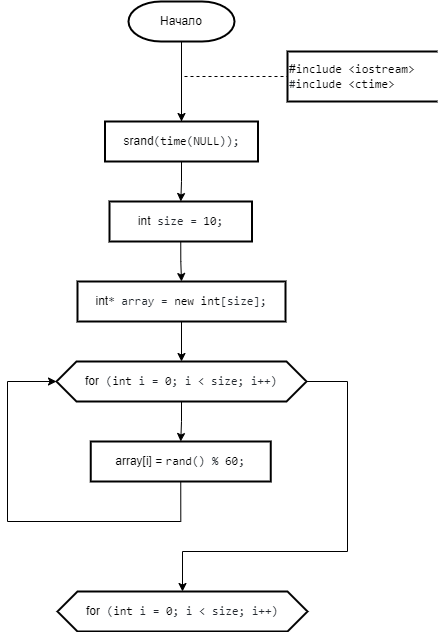
This is Labs/4 Лаба/№2 Работа с одномерными массивами.png from IlyaFedoseev227/LABS-PNRPU-IVT-22-1b, a draw.io export, as it was before one commit. Source tidied: cells renumbered, new cells last; positions are measured from the earlier drawing's top-left corner, leaving out a move shared by most shapes.
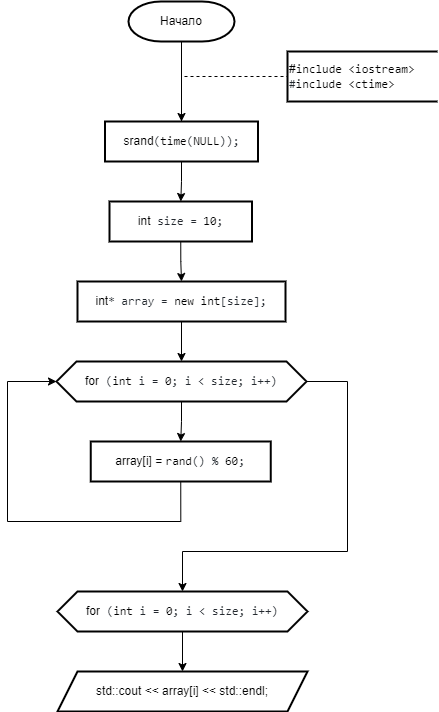
After the change.

The edit, as a diff of the source:
```diff
@@ -63,8 +63,14 @@
     <mxCell id="16" value="array[i] = &lt;span style=&quot;box-sizing: border-box; color: var(--color-prettylights-syntax-constant); font-family: ui-monospace, SFMono-Regular, &amp;quot;SF Mono&amp;quot;, Menlo, Consolas, &amp;quot;Liberation Mono&amp;quot;, monospace; text-align: start; background-color: rgb(255, 255, 255);&quot; class=&quot;pl-c1&quot;&gt;rand&lt;/span&gt;&lt;span style=&quot;color: rgb(36, 41, 47); font-family: ui-monospace, SFMono-Regular, &amp;quot;SF Mono&amp;quot;, Menlo, Consolas, &amp;quot;Liberation Mono&amp;quot;, monospace; text-align: start; background-color: rgb(255, 255, 255);&quot;&gt;() % &lt;/span&gt;&lt;span style=&quot;box-sizing: border-box; color: var(--color-prettylights-syntax-constant); font-family: ui-monospace, SFMono-Regular, &amp;quot;SF Mono&amp;quot;, Menlo, Consolas, &amp;quot;Liberation Mono&amp;quot;, monospace; text-align: start; background-color: rgb(255, 255, 255);&quot; class=&quot;pl-c1&quot;&gt;60&lt;/span&gt;&lt;span style=&quot;color: rgb(36, 41, 47); font-family: ui-monospace, SFMono-Regular, &amp;quot;SF Mono&amp;quot;, Menlo, Consolas, &amp;quot;Liberation Mono&amp;quot;, monospace; text-align: start; background-color: rgb(255, 255, 255);&quot;&gt;;&lt;/span&gt;" style="shape=parallelogram;perimeter=parallelogramPerimeter;whiteSpace=wrap;html=1;fixedSize=1;strokeWidth=2;size=-6;" parent="1" vertex="1">
       <mxGeometry x="83.2" y="440" width="180" height="40" as="geometry" />
     </mxCell>
+    <mxCell id="18" style="edgeStyle=orthogonalEdgeStyle;rounded=0;jettySize=auto;html=1;exitX=0.5;exitY=1;exitDx=0;exitDy=0;entryX=0.5;entryY=0;entryDx=0;entryDy=0;" parent="1" edge="1" source="17" target="19">
+      <mxGeometry relative="1" as="geometry" />
+    </mxCell>
     <mxCell id="17" value="for&lt;span style=&quot;color: rgb(36, 41, 47); font-family: ui-monospace, SFMono-Regular, &amp;quot;SF Mono&amp;quot;, Menlo, Consolas, &amp;quot;Liberation Mono&amp;quot;, monospace; text-align: start; background-color: rgb(255, 255, 255);&quot;&gt; (&lt;/span&gt;&lt;span style=&quot;box-sizing: border-box; color: var(--color-prettylights-syntax-keyword); font-family: ui-monospace, SFMono-Regular, &amp;quot;SF Mono&amp;quot;, Menlo, Consolas, &amp;quot;Liberation Mono&amp;quot;, monospace; text-align: start; background-color: rgb(255, 255, 255);&quot; class=&quot;pl-k&quot;&gt;int&lt;/span&gt;&lt;span style=&quot;color: rgb(36, 41, 47); font-family: ui-monospace, SFMono-Regular, &amp;quot;SF Mono&amp;quot;, Menlo, Consolas, &amp;quot;Liberation Mono&amp;quot;, monospace; text-align: start; background-color: rgb(255, 255, 255);&quot;&gt; i = &lt;/span&gt;&lt;span style=&quot;box-sizing: border-box; color: var(--color-prettylights-syntax-constant); font-family: ui-monospace, SFMono-Regular, &amp;quot;SF Mono&amp;quot;, Menlo, Consolas, &amp;quot;Liberation Mono&amp;quot;, monospace; text-align: start; background-color: rgb(255, 255, 255);&quot; class=&quot;pl-c1&quot;&gt;0&lt;/span&gt;&lt;span style=&quot;color: rgb(36, 41, 47); font-family: ui-monospace, SFMono-Regular, &amp;quot;SF Mono&amp;quot;, Menlo, Consolas, &amp;quot;Liberation Mono&amp;quot;, monospace; text-align: start; background-color: rgb(255, 255, 255);&quot;&gt;; i &amp;lt; size; i++)&lt;/span&gt;" style="shape=hexagon;perimeter=hexagonPerimeter2;whiteSpace=wrap;html=1;fixedSize=1;strokeWidth=2;" parent="1" vertex="1">
       <mxGeometry x="50" y="590" width="250" height="40" as="geometry" />
     </mxCell>
+    <mxCell id="19" value="&lt;div style=&quot;text-align: start;&quot;&gt;std::cout &amp;lt;&amp;lt; array[i] &amp;lt;&amp;lt; std::endl;&lt;br&gt;&lt;/div&gt;" style="shape=parallelogram;perimeter=parallelogramPerimeter;whiteSpace=wrap;html=1;fixedSize=1;strokeWidth=2;size=20;" parent="1" vertex="1">
+      <mxGeometry x="50" y="670" width="250" height="40" as="geometry" />
+    </mxCell>
   </root>
 </mxGraphModel>
```
